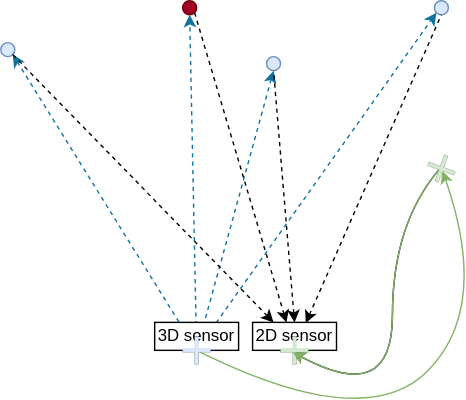
Before: ovp8xx/python/ovp8xxexamples/toolbox/_img/registration1.drawio.svg, a diagram exported from draw.io (ifm/ifm3d-examples). Source tidied: cells renumbered, new cells last; positions are measured from the earlier drawing's top-left corner, leaving out a move shared by most shapes.
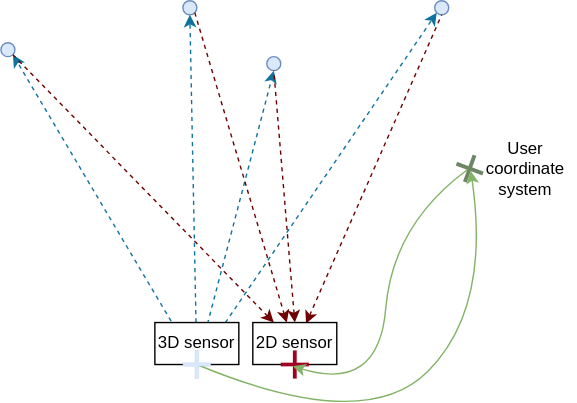
Above is the later version.

Commit message:
More details to figure

Change to the diagram source:
```diff
@@ -8,7 +8,7 @@
     <mxCell id="3" style="shape=cross;whiteSpace=wrap;html=1;strokeColor=#3A5431;strokeWidth=0;fontSize=11;fillColor=#6d8764;size=0.13186813186812812;fontColor=#ffffff;" parent="1" vertex="1">
       <mxGeometry x="130" y="240" width="20" height="20" as="geometry" />
     </mxCell>
-    <mxCell id="4" style="ellipse;whiteSpace=wrap;html=1;fillColor=#a20025;fontColor=#ffffff;strokeColor=#6F0000;" parent="1" vertex="1">
+    <mxCell id="4" style="ellipse;whiteSpace=wrap;html=1;fillColor=#DAE8FC;fontColor=#ffffff;strokeColor=#6C8EBF;" parent="1" vertex="1">
       <mxGeometry x="130" width="10" height="10" as="geometry" />
     </mxCell>
     <mxCell id="5" style="ellipse;whiteSpace=wrap;html=1;fillColor=#dae8fc;strokeColor=#6c8ebf;" parent="1" vertex="1">
@@ -33,27 +33,27 @@
       <mxGeometry relative="1" as="geometry" />
     </mxCell>
     <mxCell id="12" value="3D sensor" style="rounded=0;whiteSpace=wrap;html=1;" parent="1" vertex="1">
-      <mxGeometry x="110" y="230" width="60" height="20" as="geometry" />
+      <mxGeometry x="110" y="230" width="60" height="30" as="geometry" />
     </mxCell>
-    <mxCell id="13" style="endArrow=none;dashed=1;html=1;exitX=0.634;exitY=0.025;exitDx=0;exitDy=0;exitPerimeter=0;endFill=0;startArrow=classic;startFill=1;" parent="1" edge="1" source="17">
+    <mxCell id="13" style="endArrow=none;dashed=1;html=1;exitX=0.634;exitY=0.025;exitDx=0;exitDy=0;exitPerimeter=0;endFill=0;startArrow=classic;startFill=1;strokeColor=#6F0000;fillColor=#a20025;" parent="1" edge="1" source="17">
       <mxGeometry relative="1" as="geometry">
         <mxPoint x="315" y="10" as="targetPoint" />
       </mxGeometry>
     </mxCell>
-    <mxCell id="14" style="endArrow=classic;dashed=1;html=1;entryX=0.25;entryY=0;entryDx=0;entryDy=0;exitX=1;exitY=1;exitDx=0;exitDy=0;endFill=1;" parent="1" edge="1" source="5" target="17">
+    <mxCell id="14" style="endArrow=classic;dashed=1;html=1;entryX=0.25;entryY=0;entryDx=0;entryDy=0;exitX=1;exitY=1;exitDx=0;exitDy=0;endFill=1;strokeColor=#6F0000;fillColor=#a20025;" parent="1" edge="1" source="5" target="17">
       <mxGeometry relative="1" as="geometry" />
     </mxCell>
-    <mxCell id="15" style="endArrow=classic;dashed=1;html=1;exitX=1;exitY=1;exitDx=0;exitDy=0;endFill=1;entryX=0.404;entryY=0.002;entryDx=0;entryDy=0;entryPerimeter=0;" parent="1" edge="1" source="4" target="17">
+    <mxCell id="15" style="endArrow=classic;dashed=1;html=1;exitX=1;exitY=1;exitDx=0;exitDy=0;endFill=1;entryX=0.404;entryY=0.002;entryDx=0;entryDy=0;entryPerimeter=0;strokeColor=#6F0000;fillColor=#a20025;" parent="1" edge="1" source="4" target="17">
       <mxGeometry relative="1" as="geometry" />
     </mxCell>
-    <mxCell id="16" style="endArrow=none;dashed=1;html=1;entryX=0.5;entryY=1;entryDx=0;entryDy=0;exitX=0.5;exitY=0;exitDx=0;exitDy=0;endFill=0;startArrow=classic;startFill=1;" parent="1" edge="1" source="17" target="6">
+    <mxCell id="16" style="endArrow=none;dashed=1;html=1;entryX=0.5;entryY=1;entryDx=0;entryDy=0;exitX=0.5;exitY=0;exitDx=0;exitDy=0;endFill=0;startArrow=classic;startFill=1;strokeColor=#6F0000;fillColor=#a20025;" parent="1" edge="1" source="17" target="6">
       <mxGeometry relative="1" as="geometry" />
     </mxCell>
     <mxCell id="17" value="2D&amp;nbsp;sensor" style="rounded=0;whiteSpace=wrap;html=1;" parent="1" vertex="1">
-      <mxGeometry x="180" y="230" width="60" height="20" as="geometry" />
+      <mxGeometry x="180" y="230" width="60" height="30" as="geometry" />
     </mxCell>
     <mxCell id="18" style="shape=cross;whiteSpace=wrap;html=1;strokeColor=#3A5431;strokeWidth=0;fontSize=11;fillColor=#6d8764;size=0.13186813186812812;rotation=20;fontColor=#ffffff;" parent="1" vertex="1">
-      <mxGeometry x="305" y="110" width="20" height="20" as="geometry" />
+      <mxGeometry x="325" y="110" width="20" height="20" as="geometry" />
     </mxCell>
     <mxCell id="19" style="curved=1;endArrow=classic;html=1;entryX=0;entryY=0;entryDx=11.31868131868128;entryDy=11.31868131868128;entryPerimeter=0;exitX=0.5;exitY=1;exitDx=0;exitDy=0;fillColor=#d5e8d4;strokeColor=#82b366;" parent="1" edge="1" source="12" target="18">
       <mxGeometry relative="1" as="geometry">
@@ -63,30 +63,22 @@
         </Array>
       </mxGeometry>
     </mxCell>
-    <mxCell id="20" style="curved=1;endArrow=classic;html=1;entryX=0;entryY=0;entryDx=8.681318681318718;entryDy=11.31868131868128;entryPerimeter=0;exitX=0;exitY=0;exitDx=8.681318681318718;exitDy=11.31868131868128;exitPerimeter=0;" parent="1" edge="1" source="18" target="2">
-      <mxGeometry relative="1" as="geometry">
-        <Array as="points">
-          <mxPoint x="280" y="160" />
-          <mxPoint x="280" y="290" />
-        </Array>
-      </mxGeometry>
-    </mxCell>
-    <mxCell id="21" style="shape=cross;whiteSpace=wrap;html=1;strokeColor=#82b366;strokeWidth=0;fontSize=11;fillColor=#d5e8d4;size=0.13186813186812812;" parent="1" vertex="1">
-      <mxGeometry x="200" y="240" width="20" height="20" as="geometry" />
+    <mxCell id="21" style="shape=cross;whiteSpace=wrap;html=1;strokeWidth=0;fontSize=11;size=0.13186813186812812;fillColor=#a20025;fontColor=#ffffff;strokeColor=#6F0000;" parent="1" vertex="1">
+      <mxGeometry x="200" y="250" width="20" height="20" as="geometry" />
     </mxCell>
     <mxCell id="22" style="shape=cross;whiteSpace=wrap;html=1;strokeColor=#6c8ebf;strokeWidth=0;fontSize=11;fillColor=#dae8fc;size=0.13186813186812812;" parent="1" vertex="1">
-      <mxGeometry x="130" y="240" width="20" height="20" as="geometry" />
+      <mxGeometry x="130" y="250" width="20" height="20" as="geometry" />
     </mxCell>
-    <mxCell id="23" style="shape=cross;whiteSpace=wrap;html=1;strokeColor=#82b366;strokeWidth=0;fontSize=11;fillColor=#d5e8d4;size=0.13186813186812812;rotation=20;" parent="1" vertex="1">
-      <mxGeometry x="305" y="110" width="20" height="20" as="geometry" />
-    </mxCell>
-    <mxCell id="24" style="curved=1;endArrow=classic;html=1;entryX=0;entryY=0;entryDx=8.681318681318718;entryDy=11.31868131868128;entryPerimeter=0;exitX=0;exitY=0;exitDx=8.681318681318718;exitDy=11.31868131868128;exitPerimeter=0;fillColor=#d5e8d4;strokeColor=#82b366;" parent="1" edge="1" source="23" target="21">
+    <mxCell id="24" style="curved=1;endArrow=classic;html=1;entryX=0;entryY=0;entryDx=8.681318681318718;entryDy=11.31868131868128;entryPerimeter=0;exitX=0;exitY=0;exitDx=8.681318681318718;exitDy=11.31868131868128;exitPerimeter=0;fillColor=#d5e8d4;strokeColor=#82b366;" parent="1" edge="1" source="18" target="21">
       <mxGeometry relative="1" as="geometry">
         <Array as="points">
           <mxPoint x="280" y="160" />
-          <mxPoint x="280" y="290" />
+          <mxPoint x="270" y="280" />
         </Array>
       </mxGeometry>
     </mxCell>
+    <mxCell id="25" value="User coordinate system" style="text;html=1;strokeColor=none;fillColor=none;align=center;verticalAlign=middle;whiteSpace=wrap;rounded=0;fontColor=#000000;" parent="1" vertex="1">
+      <mxGeometry x="340" y="100" width="70" height="40" as="geometry" />
+    </mxCell>
   </root>
 </mxGraphModel>
```
